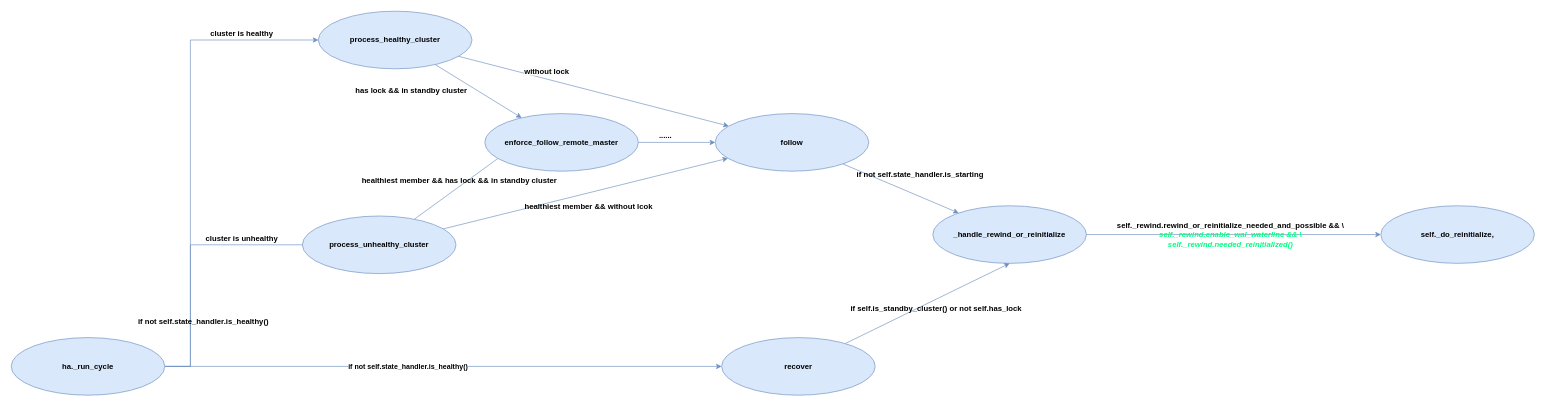
Above: page "patroni-auto-reinit-workflow" (1 of 2) of docs/patroni-trigger-reinitialize-workflow.drawio in xin49/patroni (draw.io), before the change. Source tidied: cells renumbered, new cells numbered last; positions are measured from the earlier drawing's top-left corner, leaving out a move shared by most shapes. Both pictures are drawn from the tidied source at 64%, with x=0, y=0 at pixel (11, 11).
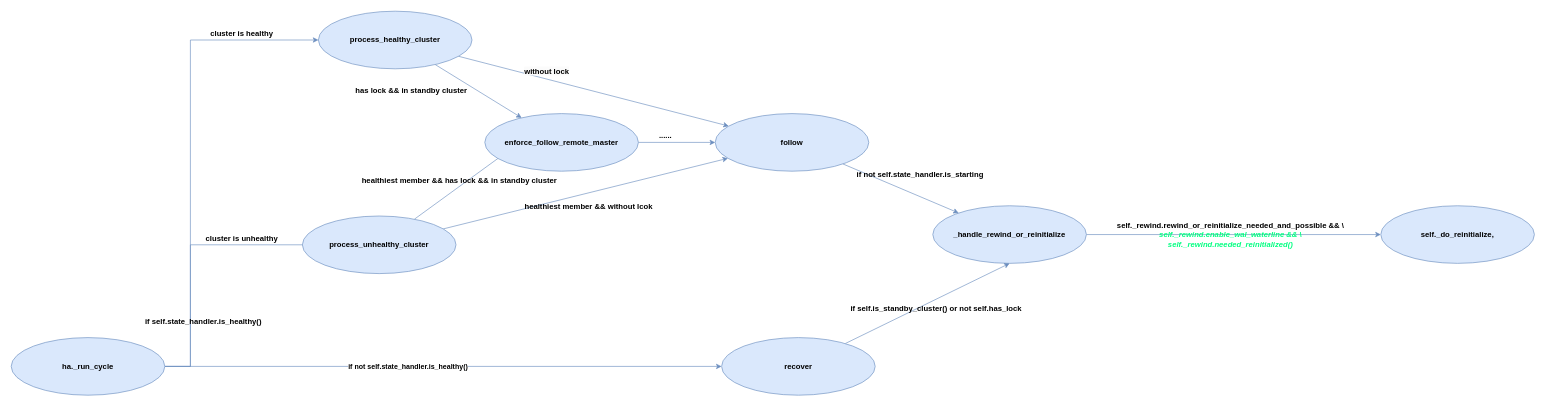
After the change.

The edit, as a diff of the source:
```diff
@@
-    <mxCell id="22" value="&lt;span&gt;if not self.state_handler.is_healthy()&lt;/span&gt;" style="text;html=1;align=center;verticalAlign=middle;strokeColor=none;fillColor=none;fontStyle=1;" parent="1" vertex="1">
-      <mxGeometry x="170" y="470" width="260" height="30" as="geometry" />
+    <mxCell id="22" value="&lt;span&gt;if&amp;nbsp;self.state_handler.is_healthy()&lt;/span&gt;" style="text;html=1;align=center;verticalAlign=middle;strokeColor=none;fillColor=none;fontStyle=1;" parent="1" vertex="1">
+      <mxGeometry x="180" y="470" width="240" height="30" as="geometry" />
     </mxCell>
```
